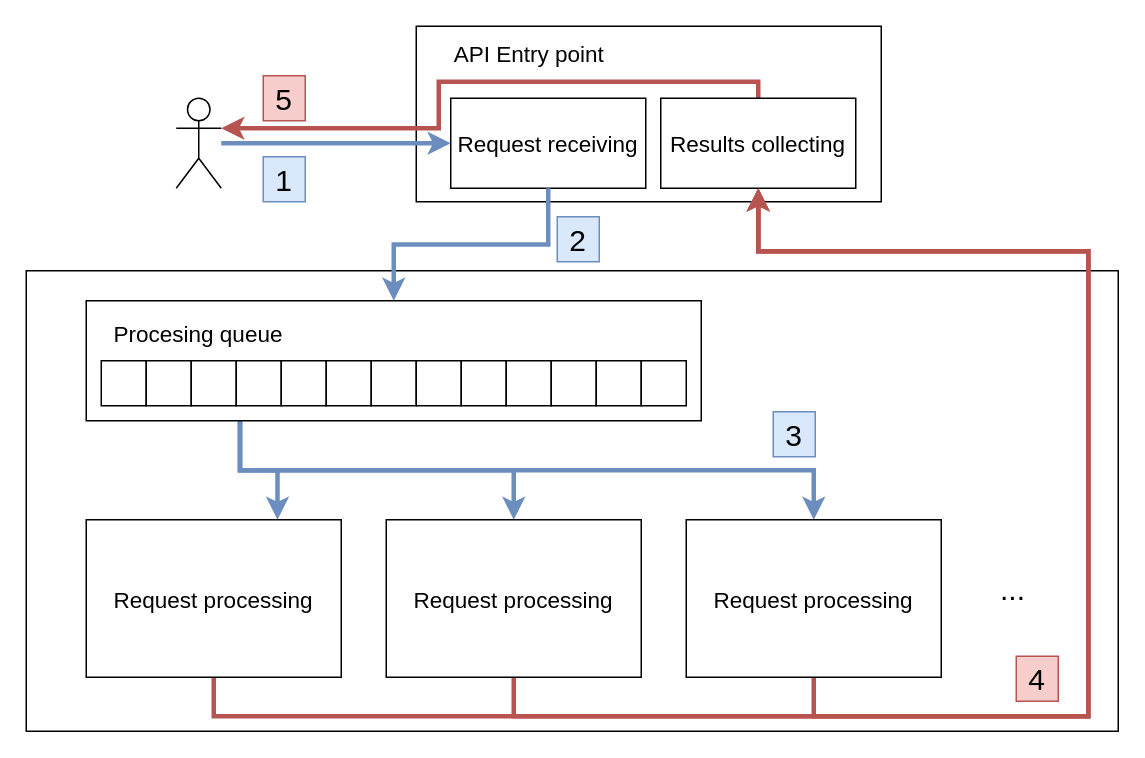
Before: page "High Level" (1 of 4) of thesis/other-fig/Framework & Client Architecture.drawio in PlayerBerny12/VUT-DIP, a draw.io diagram. Source tidied: cells renumbered, new cells numbered last; positions are measured from the earlier drawing's top-left corner, leaving out a move shared by most shapes. Both pictures are drawn from the tidied source at 150%, with x=0, y=0 at pixel (26, 26).
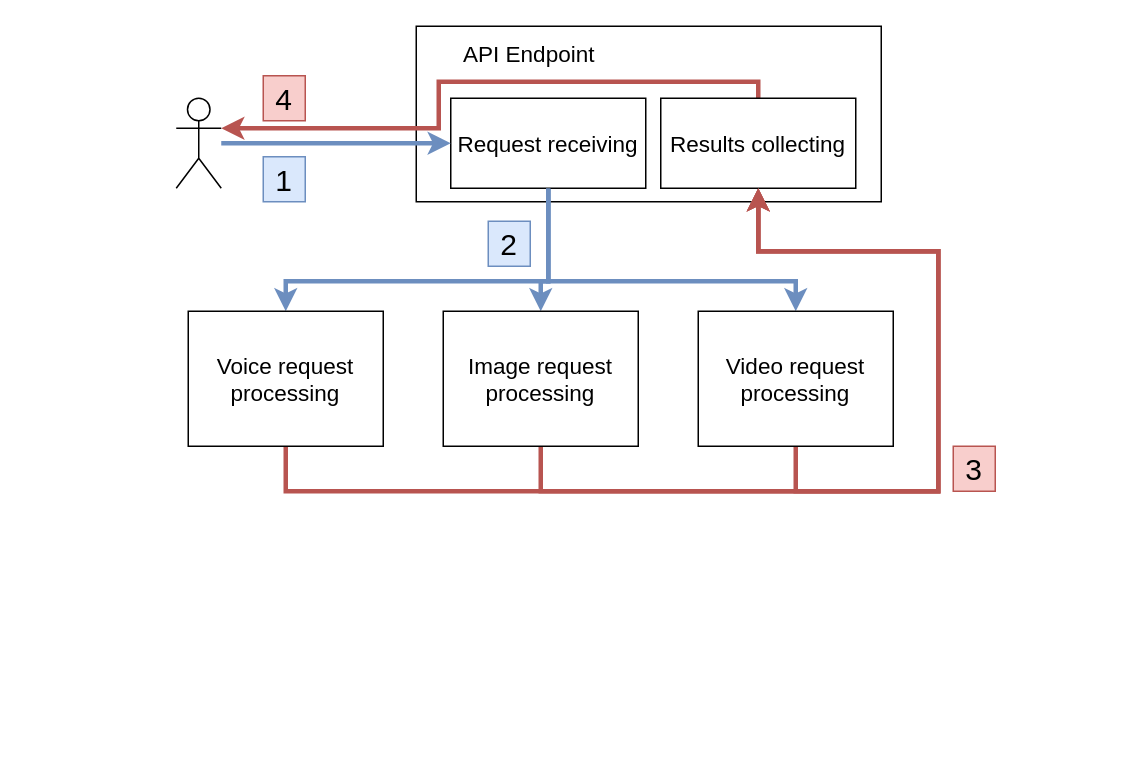
After the change.

The change refers to these unchanged cells:
```xml
<mxCell id="3" value="&lt;div style=&quot;font-size: 15px;&quot;&gt;&lt;font style=&quot;font-size: 15px;&quot;&gt;Request receiving&lt;br&gt;&lt;/font&gt;&lt;/div&gt;" style="rounded=0;whiteSpace=wrap;html=1;" parent="1" vertex="1">
  <mxGeometry x="283" y="48" width="130" height="60" as="geometry" />
</mxCell>
<mxCell id="5" value="&lt;font style=&quot;font-size: 15px;&quot;&gt;Results collecting&lt;/font&gt;" style="rounded=0;whiteSpace=wrap;html=1;" parent="1" vertex="1">
  <mxGeometry x="423" y="48" width="130" height="60" as="geometry" />
</mxCell>
```

Diff of the diagram source:
```diff
@@
+    <mxCell id="41" style="edgeStyle=orthogonalEdgeStyle;rounded=0;jettySize=auto;html=1;exitX=0.5;exitY=1;exitDx=0;exitDy=0;entryX=0.5;entryY=0;entryDx=0;entryDy=0;strokeWidth=3;fontSize=15;fillColor=#dae8fc;strokeColor=#6c8ebf;" parent="1" edge="1" source="3" target="46">
+      <mxGeometry relative="1" as="geometry">
+        <Array as="points">
+          <mxPoint x="348" y="170" />
+          <mxPoint x="343" y="170" />
+        </Array>
+      </mxGeometry>
+    </mxCell>
+    <mxCell id="42" style="edgeStyle=orthogonalEdgeStyle;rounded=0;jettySize=auto;html=1;exitX=0.5;exitY=1;exitDx=0;exitDy=0;strokeWidth=3;fontSize=15;fillColor=#dae8fc;strokeColor=#6c8ebf;" parent="1" edge="1" source="3" target="47">
+      <mxGeometry relative="1" as="geometry">
+        <Array as="points">
+          <mxPoint x="348" y="170" />
+          <mxPoint x="513" y="170" />
+        </Array>
+      </mxGeometry>
+    </mxCell>
@@
-    <mxCell id="8" style="rounded=0;whiteSpace=wrap;html=1;" parent="1" vertex="1">
-      <mxGeometry y="163" width="728" height="307" as="geometry" />
-    </mxCell>
-    <mxCell id="9" style="edgeStyle=orthogonalEdgeStyle;rounded=0;jettySize=auto;html=1;exitX=0.25;exitY=1;exitDx=0;exitDy=0;entryX=0.75;entryY=0;entryDx=0;entryDy=0;strokeWidth=3;fontSize=15;fillColor=#dae8fc;strokeColor=#6c8ebf;" parent="1" edge="1" source="12" target="14">
-      <mxGeometry relative="1" as="geometry" />
-    </mxCell>
-    <mxCell id="10" style="edgeStyle=orthogonalEdgeStyle;rounded=0;jettySize=auto;html=1;exitX=0.25;exitY=1;exitDx=0;exitDy=0;strokeWidth=3;fontSize=15;fillColor=#dae8fc;strokeColor=#6c8ebf;" parent="1" edge="1" source="12" target="16">
-      <mxGeometry relative="1" as="geometry" />
-    </mxCell>
-    <mxCell id="11" style="edgeStyle=orthogonalEdgeStyle;rounded=0;jettySize=auto;html=1;exitX=0.25;exitY=1;exitDx=0;exitDy=0;strokeWidth=3;fontSize=15;fillColor=#dae8fc;strokeColor=#6c8ebf;" parent="1" edge="1" source="12" target="18">
-      <mxGeometry relative="1" as="geometry" />
-    </mxCell>
-    <mxCell id="12" style="rounded=0;whiteSpace=wrap;html=1;" parent="1" vertex="1">
-      <mxGeometry x="40" y="183" width="410" height="80" as="geometry" />
-    </mxCell>
-    <mxCell id="13" style="edgeStyle=orthogonalEdgeStyle;rounded=0;orthogonalLoop=1;jettySize=auto;html=1;exitX=0.5;exitY=1;exitDx=0;exitDy=0;strokeWidth=3;fontSize=15;fillColor=#f8cecc;strokeColor=#b85450;" parent="1" edge="1">
-      <mxGeometry relative="1" as="geometry">
-        <mxPoint x="125" y="432" as="sourcePoint" />
-        <mxPoint x="488" y="108" as="targetPoint" />
-        <Array as="points">
-          <mxPoint x="125" y="460" />
-          <mxPoint x="708" y="460" />
-          <mxPoint x="708" y="150" />
-          <mxPoint x="488" y="150" />
-        </Array>
-      </mxGeometry>
-    </mxCell>
-    <mxCell id="14" value="&lt;font style=&quot;font-size: 15px;&quot;&gt;Request&lt;/font&gt;&lt;font style=&quot;font-size: 15px;&quot;&gt; processing&lt;br&gt;&lt;/font&gt;" style="rounded=0;whiteSpace=wrap;html=1;" parent="1" vertex="1">
-      <mxGeometry x="40" y="329" width="170" height="105" as="geometry" />
-    </mxCell>
-    <mxCell id="15" style="edgeStyle=orthogonalEdgeStyle;rounded=0;jettySize=auto;html=1;exitX=0.5;exitY=1;exitDx=0;exitDy=0;strokeWidth=3;fontSize=15;fillColor=#f8cecc;strokeColor=#b85450;" parent="1" edge="1" source="16" target="5">
-      <mxGeometry relative="1" as="geometry">
-        <Array as="points">
-          <mxPoint x="325" y="460" />
-          <mxPoint x="708" y="460" />
-          <mxPoint x="708" y="150" />
-          <mxPoint x="488" y="150" />
-        </Array>
-      </mxGeometry>
-    </mxCell>
-    <mxCell id="16" value="&lt;font style=&quot;font-size: 15px;&quot;&gt;Request&lt;/font&gt;&lt;font style=&quot;font-size: 15px;&quot;&gt; processing&lt;br&gt;&lt;/font&gt;" style="rounded=0;whiteSpace=wrap;html=1;" parent="1" vertex="1">
-      <mxGeometry x="240" y="329" width="170" height="105" as="geometry" />
-    </mxCell>
-    <mxCell id="17" style="edgeStyle=orthogonalEdgeStyle;rounded=0;jettySize=auto;html=1;exitX=0.5;exitY=1;exitDx=0;exitDy=0;strokeWidth=3;fontSize=15;fillColor=#f8cecc;strokeColor=#b85450;" parent="1" edge="1" source="18" target="5">
+    <mxCell id="17" style="edgeStyle=orthogonalEdgeStyle;rounded=0;jettySize=auto;html=1;exitX=0.5;exitY=1;exitDx=0;exitDy=0;strokeWidth=3;fontSize=15;fillColor=#f8cecc;strokeColor=#b85450;" parent="1" edge="1" source="47" target="5">
       <mxGeometry relative="1" as="geometry">
         <Array as="points">
-          <mxPoint x="525" y="460" />
-          <mxPoint x="708" y="460" />
-          <mxPoint x="708" y="150" />
+          <mxPoint x="513" y="310" />
+          <mxPoint x="608" y="310" />
+          <mxPoint x="608" y="150" />
           <mxPoint x="488" y="150" />
         </Array>
       </mxGeometry>
     </mxCell>
-    <mxCell id="18" value="&lt;font style=&quot;font-size: 15px;&quot;&gt;Request&lt;/font&gt;&lt;font style=&quot;font-size: 15px;&quot;&gt; processing&lt;br&gt;&lt;/font&gt;" style="rounded=0;whiteSpace=wrap;html=1;" parent="1" vertex="1">
-      <mxGeometry x="440" y="329" width="170" height="105" as="geometry" />
-    </mxCell>
-    <mxCell id="19" value="&lt;font style=&quot;font-size: 20px;&quot;&gt;...&lt;/font&gt;" style="text;html=1;strokeColor=none;fillColor=none;align=center;verticalAlign=middle;whiteSpace=wrap;rounded=0;" parent="1" vertex="1">
-      <mxGeometry x="628" y="359.5" width="60" height="30" as="geometry" />
-    </mxCell>
-    <mxCell id="20" style="rounded=0;whiteSpace=wrap;html=1;fontSize=15;" parent="1" vertex="1">
-      <mxGeometry x="50" y="223" width="30" height="30" as="geometry" />
-    </mxCell>
-    <mxCell id="21" style="rounded=0;whiteSpace=wrap;html=1;fontSize=15;" parent="1" vertex="1">
-      <mxGeometry x="80" y="223" width="30" height="30" as="geometry" />
-    </mxCell>
-    <mxCell id="22" style="rounded=0;whiteSpace=wrap;html=1;fontSize=15;" parent="1" vertex="1">
-      <mxGeometry x="110" y="223" width="30" height="30" as="geometry" />
-    </mxCell>
-    <mxCell id="23" style="rounded=0;whiteSpace=wrap;html=1;fontSize=15;" parent="1" vertex="1">
-      <mxGeometry x="140" y="223" width="30" height="30" as="geometry" />
-    </mxCell>
-    <mxCell id="24" style="rounded=0;whiteSpace=wrap;html=1;fontSize=15;" parent="1" vertex="1">
-      <mxGeometry x="170" y="223" width="30" height="30" as="geometry" />
-    </mxCell>
-    <mxCell id="25" style="rounded=0;whiteSpace=wrap;html=1;fontSize=15;" parent="1" vertex="1">
-      <mxGeometry x="200" y="223" width="30" height="30" as="geometry" />
-    </mxCell>
-    <mxCell id="26" style="rounded=0;whiteSpace=wrap;html=1;fontSize=15;" parent="1" vertex="1">
-      <mxGeometry x="230" y="223" width="30" height="30" as="geometry" />
-    </mxCell>
-    <mxCell id="27" style="rounded=0;whiteSpace=wrap;html=1;fontSize=15;" parent="1" vertex="1">
-      <mxGeometry x="260" y="223" width="30" height="30" as="geometry" />
-    </mxCell>
-    <mxCell id="28" style="rounded=0;whiteSpace=wrap;html=1;fontSize=15;" parent="1" vertex="1">
-      <mxGeometry x="290" y="223" width="30" height="30" as="geometry" />
-    </mxCell>
-    <mxCell id="29" style="rounded=0;whiteSpace=wrap;html=1;fontSize=15;" parent="1" vertex="1">
-      <mxGeometry x="320" y="223" width="30" height="30" as="geometry" />
-    </mxCell>
-    <mxCell id="30" style="rounded=0;whiteSpace=wrap;html=1;fontSize=15;" parent="1" vertex="1">
-      <mxGeometry x="350" y="223" width="30" height="30" as="geometry" />
-    </mxCell>
-    <mxCell id="31" style="rounded=0;whiteSpace=wrap;html=1;fontSize=15;" parent="1" vertex="1">
-      <mxGeometry x="380" y="223" width="30" height="30" as="geometry" />
-    </mxCell>
-    <mxCell id="32" style="rounded=0;whiteSpace=wrap;html=1;fontSize=15;" parent="1" vertex="1">
-      <mxGeometry x="410" y="223" width="30" height="30" as="geometry" />
-    </mxCell>
-    <mxCell id="33" value="Procesing queue" style="text;html=1;strokeColor=none;fillColor=none;align=center;verticalAlign=middle;whiteSpace=wrap;rounded=0;fontSize=15;" parent="1" vertex="1">
-      <mxGeometry x="50" y="190" width="130" height="30" as="geometry" />
-    </mxCell>
-    <mxCell id="34" style="edgeStyle=orthogonalEdgeStyle;rounded=0;jettySize=auto;html=1;exitX=0.5;exitY=1;exitDx=0;exitDy=0;fontSize=15;fillColor=#dae8fc;strokeColor=#6c8ebf;strokeWidth=3;" parent="1" edge="1" source="3" target="12">
-      <mxGeometry relative="1" as="geometry" />
+    <mxCell id="34" style="edgeStyle=orthogonalEdgeStyle;rounded=0;jettySize=auto;html=1;exitX=0.5;exitY=1;exitDx=0;exitDy=0;fontSize=15;fillColor=#dae8fc;strokeColor=#6c8ebf;strokeWidth=3;" parent="1" edge="1" source="3" target="44">
+      <mxGeometry relative="1" as="geometry">
+        <Array as="points">
+          <mxPoint x="348" y="170" />
+          <mxPoint x="173" y="170" />
+        </Array>
+      </mxGeometry>
     </mxCell>
-    <mxCell id="35" value="API Entry point" style="text;html=1;strokeColor=none;fillColor=none;align=center;verticalAlign=middle;whiteSpace=wrap;rounded=0;fontSize=15;" parent="1" vertex="1">
+    <mxCell id="35" value="API Endpoint" style="text;html=1;strokeColor=none;fillColor=none;align=center;verticalAlign=middle;whiteSpace=wrap;rounded=0;fontSize=15;" parent="1" vertex="1">
       <mxGeometry x="283" y="3" width="105" height="30" as="geometry" />
     </mxCell>
@@
     <mxCell id="37" value="&lt;div&gt;2&lt;/div&gt;" style="text;html=1;strokeColor=#6c8ebf;fillColor=#dae8fc;align=center;verticalAlign=middle;whiteSpace=wrap;rounded=0;fontSize=20;" parent="1" vertex="1">
-      <mxGeometry x="354" y="127" width="28" height="30" as="geometry" />
+      <mxGeometry x="308" y="130" width="28" height="30" as="geometry" />
     </mxCell>
+    <mxCell id="40" value="4" style="text;html=1;strokeColor=#b85450;fillColor=#f8cecc;align=center;verticalAlign=middle;whiteSpace=wrap;rounded=0;fontSize=20;" parent="1" vertex="1">
+      <mxGeometry x="158" y="33" width="28" height="30" as="geometry" />
+    </mxCell>
+    <mxCell id="43" style="edgeStyle=orthogonalEdgeStyle;rounded=0;jettySize=auto;html=1;exitX=0.5;exitY=1;exitDx=0;exitDy=0;entryX=0.5;entryY=1;entryDx=0;entryDy=0;fontSize=15;fillColor=#f8cecc;strokeColor=#b85450;strokeWidth=3;" parent="1" edge="1" source="44" target="5">
+      <mxGeometry relative="1" as="geometry">
+        <Array as="points">
+          <mxPoint x="173" y="310" />
+          <mxPoint x="608" y="310" />
+          <mxPoint x="608" y="150" />
+          <mxPoint x="488" y="150" />
+        </Array>
+      </mxGeometry>
+    </mxCell>
+    <mxCell id="44" value="Voice request processing" style="rounded=0;whiteSpace=wrap;html=1;fontSize=15;" parent="1" vertex="1">
+      <mxGeometry x="108" y="190" width="130" height="90" as="geometry" />
+    </mxCell>
+    <mxCell id="45" style="edgeStyle=orthogonalEdgeStyle;rounded=0;jettySize=auto;html=1;exitX=0.5;exitY=1;exitDx=0;exitDy=0;entryX=0.5;entryY=1;entryDx=0;entryDy=0;strokeWidth=3;fontSize=15;fillColor=#f8cecc;strokeColor=#b85450;" parent="1" edge="1" source="46" target="5">
+      <mxGeometry relative="1" as="geometry">
+        <Array as="points">
+          <mxPoint x="343" y="310" />
+          <mxPoint x="608" y="310" />
+          <mxPoint x="608" y="150" />
+          <mxPoint x="488" y="150" />
+        </Array>
+      </mxGeometry>
+    </mxCell>
+    <mxCell id="46" value="Image request processing" style="rounded=0;whiteSpace=wrap;html=1;fontSize=15;" parent="1" vertex="1">
+      <mxGeometry x="278" y="190" width="130" height="90" as="geometry" />
+    </mxCell>
+    <mxCell id="47" value="Video request processing" style="rounded=0;whiteSpace=wrap;html=1;fontSize=15;" parent="1" vertex="1">
+      <mxGeometry x="448" y="190" width="130" height="90" as="geometry" />
+    </mxCell>
-    <mxCell id="38" value="3" style="text;html=1;strokeColor=#6c8ebf;fillColor=#dae8fc;align=center;verticalAlign=middle;whiteSpace=wrap;rounded=0;fontSize=20;" parent="1" vertex="1">
-      <mxGeometry x="498" y="257" width="28" height="30" as="geometry" />
+    <mxCell id="38" value="3" style="text;html=1;strokeColor=#b85450;fillColor=#f8cecc;align=center;verticalAlign=middle;whiteSpace=wrap;rounded=0;fontSize=20;" parent="1" vertex="1">
+      <mxGeometry x="618" y="280" width="28" height="30" as="geometry" />
     </mxCell>
-    <mxCell id="39" value="4" style="text;html=1;strokeColor=#b85450;fillColor=#f8cecc;align=center;verticalAlign=middle;whiteSpace=wrap;rounded=0;fontSize=20;" parent="1" vertex="1">
-      <mxGeometry x="660" y="420" width="28" height="30" as="geometry" />
-    </mxCell>
-    <mxCell id="40" value="5" style="text;html=1;strokeColor=#b85450;fillColor=#f8cecc;align=center;verticalAlign=middle;whiteSpace=wrap;rounded=0;fontSize=20;" parent="1" vertex="1">
-      <mxGeometry x="158" y="33" width="28" height="30" as="geometry" />
-    </mxCell>
```
